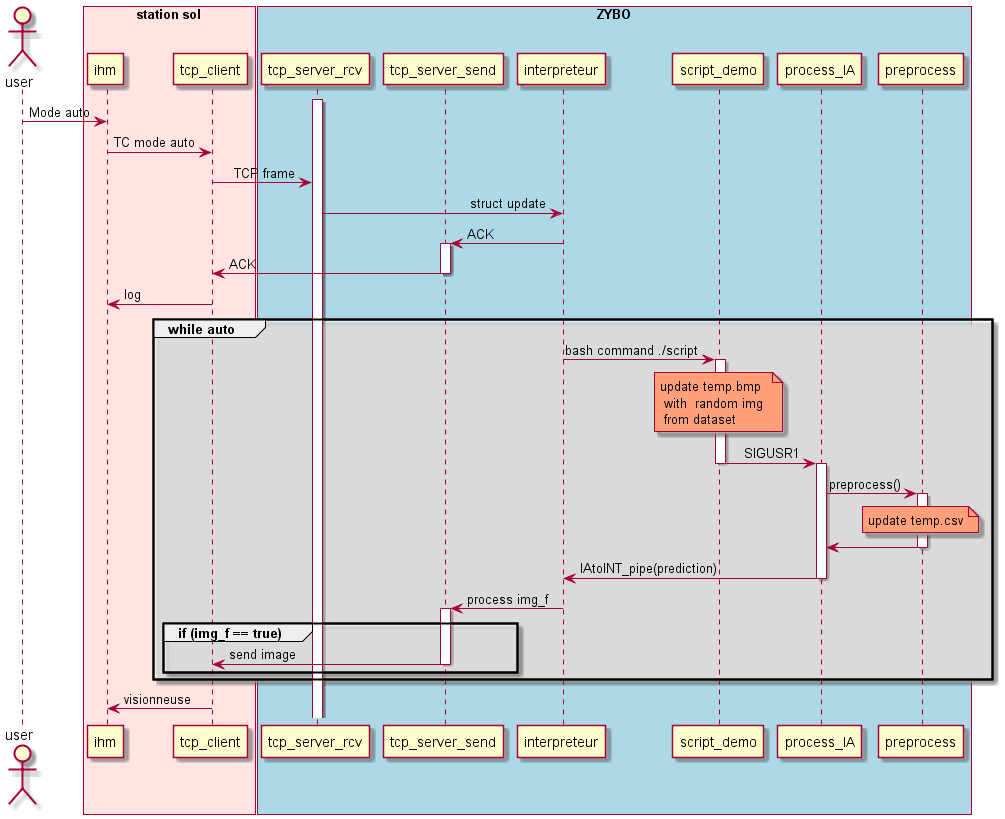
The PlantUML diagram out/plantuml/A-eye-visor/Sequence mode auto.png in GuilhemROLLAND/A-Eye_Documentation, before a commit.
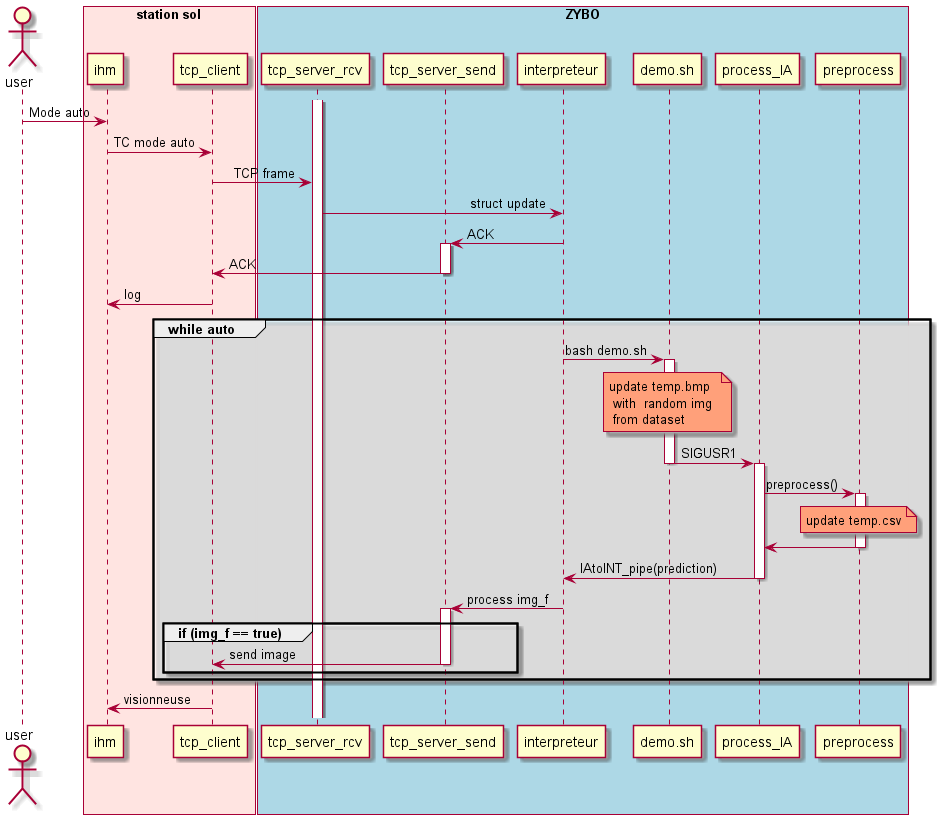
After the change.

Diff of the diagram source:
```diff
@@ -9,7 +9,7 @@
     participant tcp_server_rcv as server_rcv order 4
     participant tcp_server_send as server_send order 5
     participant interpreteur as int order 6
-    participant script_demo as script order 7
+    participant demo.sh as script order 7
     participant process_IA as ia order 8
     participant preprocess as pr order 9
 end box
@@ -30,7 +30,7 @@
 deactivate server_send
 client -> ihm : log
     group while auto
-        int -> script : bash command ./script
+        int -> script : bash demo.sh
         activate script
         note over script #LightSalmon:  update temp.bmp \n with  random img \n from dataset
         script -> ia : SIGUSR1
```
